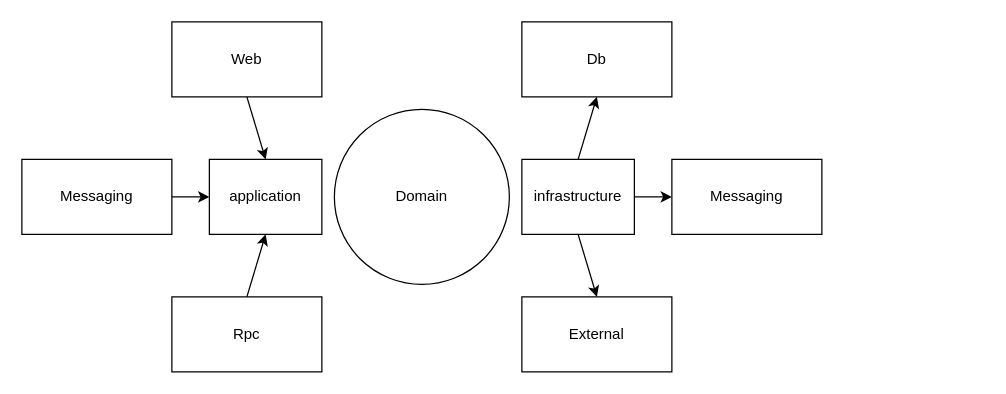
holmofy/ddd-examples keeps this draw.io diagram as ddd.drawio. Above is the earlier version. Source tidied: cells renumbered, new cells numbered last; positions are measured from the earlier drawing's top-left corner, leaving out a move shared by most shapes. Both pictures are drawn from the tidied source at 125%, with x=0, y=0 at pixel (21, 21).
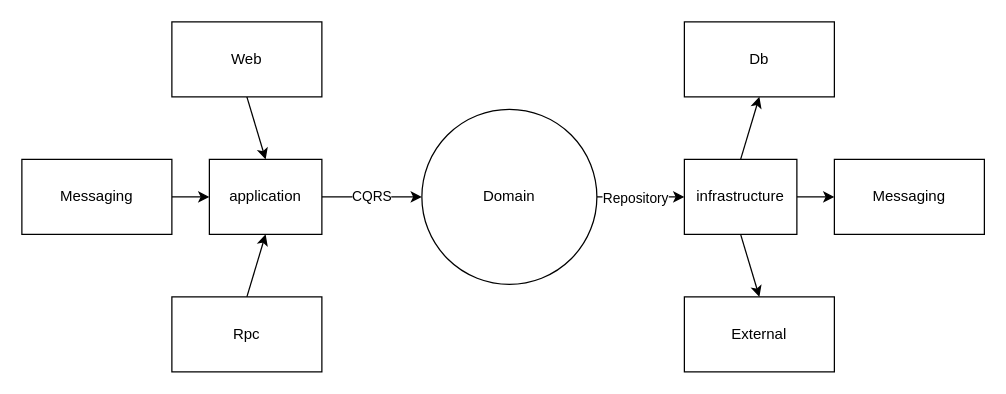
Above is the later version.

The change refers to these unchanged cells:
```xml
<mxCell id="15" value="application" style="rounded=0;whiteSpace=wrap;html=1;" parent="1" vertex="1">
  <mxGeometry x="150" y="110" width="90" height="60" as="geometry" />
</mxCell>
```

Diff of the diagram source:
```diff
@@
     <mxCell id="8" value="&lt;span&gt;Db&lt;/span&gt;" style="rounded=0;whiteSpace=wrap;html=1;" parent="1" vertex="1">
-      <mxGeometry x="400" width="120" height="60" as="geometry" />
+      <mxGeometry x="530" width="120" height="60" as="geometry" />
     </mxCell>
     <mxCell id="9" value="&lt;span&gt;Messaging&lt;/span&gt;" style="rounded=0;whiteSpace=wrap;html=1;" parent="1" vertex="1">
-      <mxGeometry x="520" y="110" width="120" height="60" as="geometry" />
+      <mxGeometry x="650" y="110" width="120" height="60" as="geometry" />
     </mxCell>
     <mxCell id="10" value="External" style="rounded=0;whiteSpace=wrap;html=1;" parent="1" vertex="1">
-      <mxGeometry x="400" y="220" width="120" height="60" as="geometry" />
+      <mxGeometry x="530" y="220" width="120" height="60" as="geometry" />
     </mxCell>
@@
     <mxCell id="14" value="infrastructure" style="rounded=0;whiteSpace=wrap;html=1;" parent="1" vertex="1">
-      <mxGeometry x="400" y="110" width="90" height="60" as="geometry" />
+      <mxGeometry x="530" y="110" width="90" height="60" as="geometry" />
     </mxCell>
+    <mxCell id="17" value="CQRS" style="edgeStyle=orthogonalEdgeStyle;rounded=0;jettySize=auto;html=1;" parent="1" edge="1" source="15" target="16">
+      <mxGeometry relative="1" as="geometry" />
+    </mxCell>
@@
+    <mxCell id="18" style="edgeStyle=orthogonalEdgeStyle;rounded=0;jettySize=auto;html=1;entryX=0;entryY=0.5;entryDx=0;entryDy=0;" parent="1" edge="1" source="16" target="14">
+      <mxGeometry relative="1" as="geometry" />
+    </mxCell>
+    <mxCell id="19" value="Repository" style="edgeLabel;html=1;align=center;verticalAlign=middle;" parent="18" vertex="1">
+      <mxGeometry x="0.37" relative="1" as="geometry">
+        <mxPoint x="-18" as="offset" />
+      </mxGeometry>
+    </mxCell>
     <mxCell id="16" value="Domain" style="ellipse;whiteSpace=wrap;html=1;" parent="1" vertex="1">
-      <mxGeometry x="250" y="70" width="140" height="140" as="geometry" />
+      <mxGeometry x="320" y="70" width="140" height="140" as="geometry" />
     </mxCell>
```
